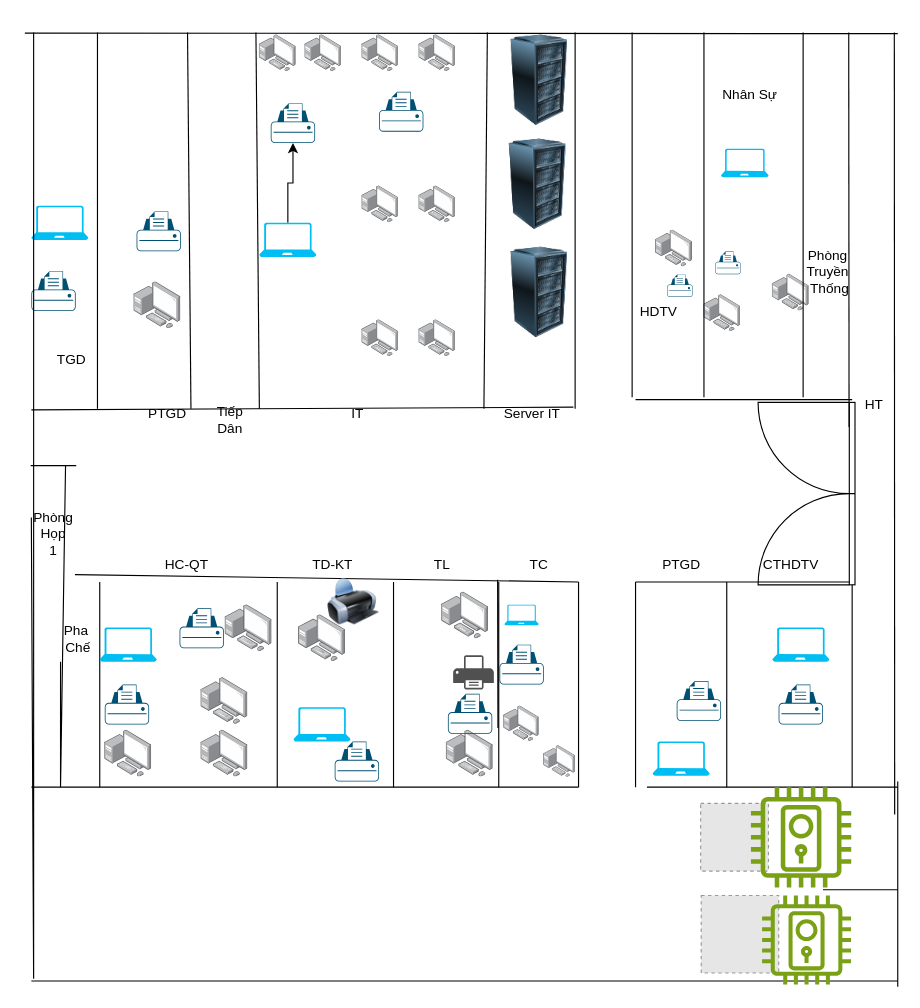
The draw.io diagram Heelo.drawio in vanminhtran1/vanminh, before the edit. Source tidied: cells renumbered, new cells numbered last; positions are measured from the earlier drawing's top-left corner, leaving out a move shared by most shapes. Both pictures are drawn from the tidied source at 114%, with x=0, y=0 at pixel (18, 32). Pictures stored in the file or linked from it are replaced by grey dashed boxes.
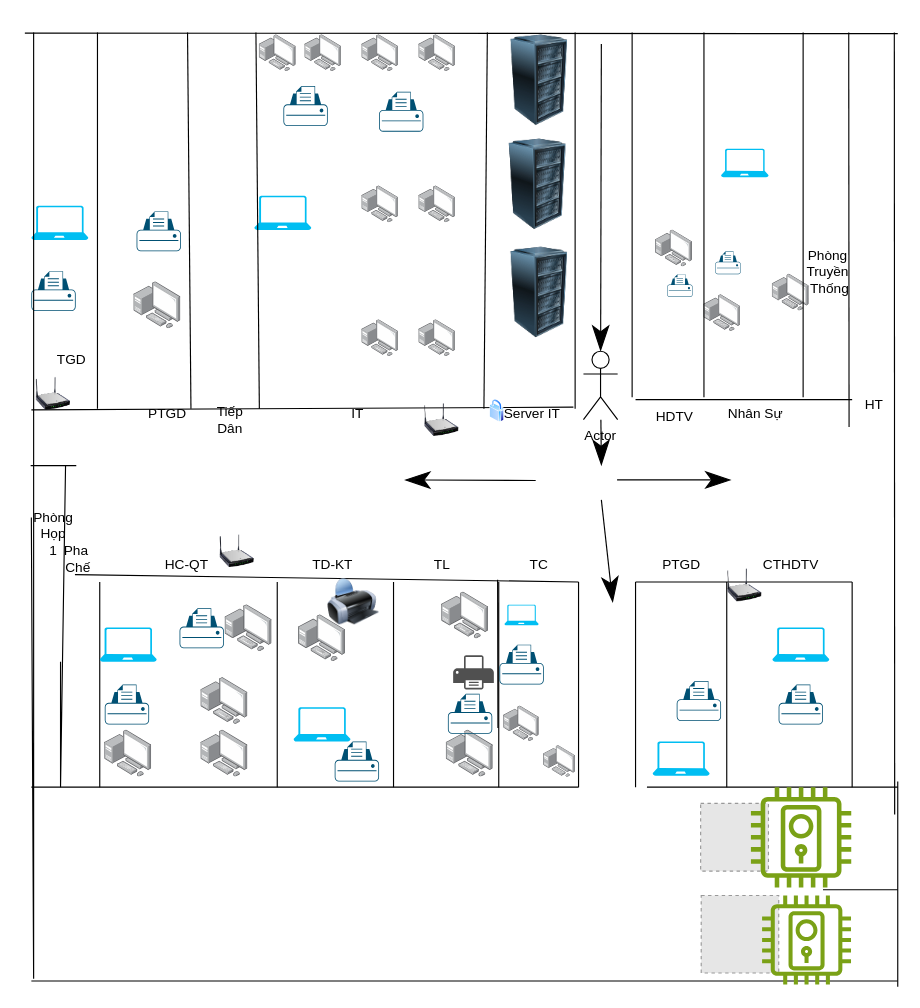
The same page after the edit.

Diff of the diagram source:
```diff
@@
-    <mxCell id="17" style="verticalLabelPosition=bottom;html=1;verticalAlign=top;align=center;shape=mxgraph.floorplan.doorUneven;dx=0.5;rotation=90;" parent="1" vertex="1">
-      <mxGeometry x="611" y="362" width="160" height="85" as="geometry" />
-    </mxCell>
@@
     <mxCell id="23" value="HDTV" style="text;html=1;align=center;verticalAlign=middle;strokeColor=none;fillColor=none;" parent="1" vertex="1">
-      <mxGeometry x="531" y="230" width="60" height="30" as="geometry" />
+      <mxGeometry x="544.8" y="322" width="60" height="30" as="geometry" />
     </mxCell>
     <mxCell id="24" value="Nhân Sự" style="text;html=1;align=center;verticalAlign=middle;strokeColor=none;fillColor=none;" parent="1" vertex="1">
-      <mxGeometry x="606" y="40" width="70" height="30" as="geometry" />
+      <mxGeometry x="611" y="320" width="70" height="30" as="geometry" />
     </mxCell>
@@
-    <mxCell id="35" style="edgeStyle=orthogonalEdgeStyle;rounded=0;jettySize=auto;html=1;" parent="1" edge="1" source="36" target="37">
-      <mxGeometry relative="1" as="geometry" />
-    </mxCell>
     <mxCell id="36" style="verticalLabelPosition=bottom;html=1;verticalAlign=top;align=center;strokeColor=none;fillColor=#00BEF2;shape=mxgraph.azure.laptop;" parent="1" vertex="1">
-      <mxGeometry x="211" y="167" width="50" height="30" as="geometry" />
+      <mxGeometry x="206.6" y="143.3" width="50" height="30" as="geometry" />
     </mxCell>
     <mxCell id="37" style="points=[[0.22,0.185,0],[0.5,0,0],[0.78,0.185,0],[0.975,0.49,0],[1,0.73,0],[0.975,0.97,0],[0.5,1,0],[0.025,0.97,0],[0,0.73,0],[0.025,0.49,0]];verticalLabelPosition=bottom;sketch=0;html=1;verticalAlign=top;align=center;shape=mxgraph.cisco19.printer;fillColor=#005073;strokeColor=none;" parent="1" vertex="1">
-      <mxGeometry x="221" y="62" width="38.9" height="35" as="geometry" />
+      <mxGeometry x="232.1" y="47" width="38.9" height="35" as="geometry" />
     </mxCell>
@@
     <mxCell id="48" value="&lt;div&gt;Pha&lt;/div&gt;&lt;div&gt;&amp;nbsp;Chế&lt;br&gt;&lt;/div&gt;" style="text;html=1;align=center;verticalAlign=middle;strokeColor=none;fillColor=none;" parent="1" vertex="1">
-      <mxGeometry x="25.4" y="512" width="50" height="40" as="geometry" />
+      <mxGeometry x="25.4" y="442" width="50" height="40" as="geometry" />
     </mxCell>
@@
+    <mxCell id="104" style="image;html=1;image=img/lib/clip_art/networking/Wireless_Router_N_128x128.png;" parent="1" vertex="1">
+      <mxGeometry x="356" y="325" width="30" height="30" as="geometry" />
+    </mxCell>
+    <mxCell id="105" style="image;html=1;image=img/lib/clip_art/networking/Wireless_Router_N_128x128.png;" parent="1" vertex="1">
+      <mxGeometry x="176.6" y="440" width="30" height="30" as="geometry" />
+    </mxCell>
+    <mxCell id="106" style="image;html=1;image=img/lib/clip_art/networking/Wireless_Router_N_128x128.png;" parent="1" vertex="1">
+      <mxGeometry x="15.4" y="302" width="30" height="30" as="geometry" />
+    </mxCell>
+    <mxCell id="107" style="image;html=1;image=img/lib/clip_art/networking/Wireless_Router_N_128x128.png;" parent="1" vertex="1">
+      <mxGeometry x="621.8" y="470" width="30" height="30" as="geometry" />
+    </mxCell>
+    <mxCell id="108" style="image;perimeter=ellipsePerimeter;html=1;align=center;shadow=0;dashed=0;spacingTop=3;image=img/lib/active_directory/secure.svg;" parent="1" vertex="1">
+      <mxGeometry x="413.2" y="322" width="12.8" height="20" as="geometry" />
+    </mxCell>
+    <mxCell id="109" style="endArrow=classicThin;html=1;strokeWidth=1;endSize=20;rounded=0;" parent="1" edge="1" source="114">
+      <mxGeometry relative="1" as="geometry">
+        <mxPoint x="511" y="380" as="targetPoint" />
+      </mxGeometry>
+    </mxCell>
+    <mxCell id="110" style="endArrow=classicThin;html=1;strokeWidth=1;endSize=20;rounded=0;" parent="1" edge="1">
+      <mxGeometry relative="1" as="geometry">
+        <mxPoint x="524.8" y="392.5" as="sourcePoint" />
+        <mxPoint x="624.8" y="392.5" as="targetPoint" />
+      </mxGeometry>
+    </mxCell>
+    <mxCell id="111" style="endArrow=classicThin;html=1;strokeWidth=1;endSize=20;rounded=0;" parent="1" edge="1">
+      <mxGeometry relative="1" as="geometry">
+        <mxPoint x="453.4" y="393" as="sourcePoint" />
+        <mxPoint x="338.4" y="392.5" as="targetPoint" />
+      </mxGeometry>
+    </mxCell>
+    <mxCell id="112" style="endArrow=classicThin;html=1;strokeWidth=1;endSize=20;rounded=0;" parent="1" edge="1">
+      <mxGeometry relative="1" as="geometry">
+        <mxPoint x="511" y="410" as="sourcePoint" />
+        <mxPoint x="521" y="500" as="targetPoint" />
+      </mxGeometry>
+    </mxCell>
+    <mxCell id="113" style="endArrow=classicThin;html=1;strokeWidth=1;endSize=20;rounded=0;" parent="1" edge="1" target="114">
+      <mxGeometry relative="1" as="geometry">
+        <mxPoint x="511" y="10" as="sourcePoint" />
+      </mxGeometry>
+    </mxCell>
+    <mxCell id="114" value="Actor" style="shape=umlActor;verticalLabelPosition=bottom;verticalAlign=top;html=1;outlineConnect=0;" parent="1" vertex="1">
+      <mxGeometry x="495.3" y="279.6" width="30" height="60" as="geometry" />
+    </mxCell>
```
